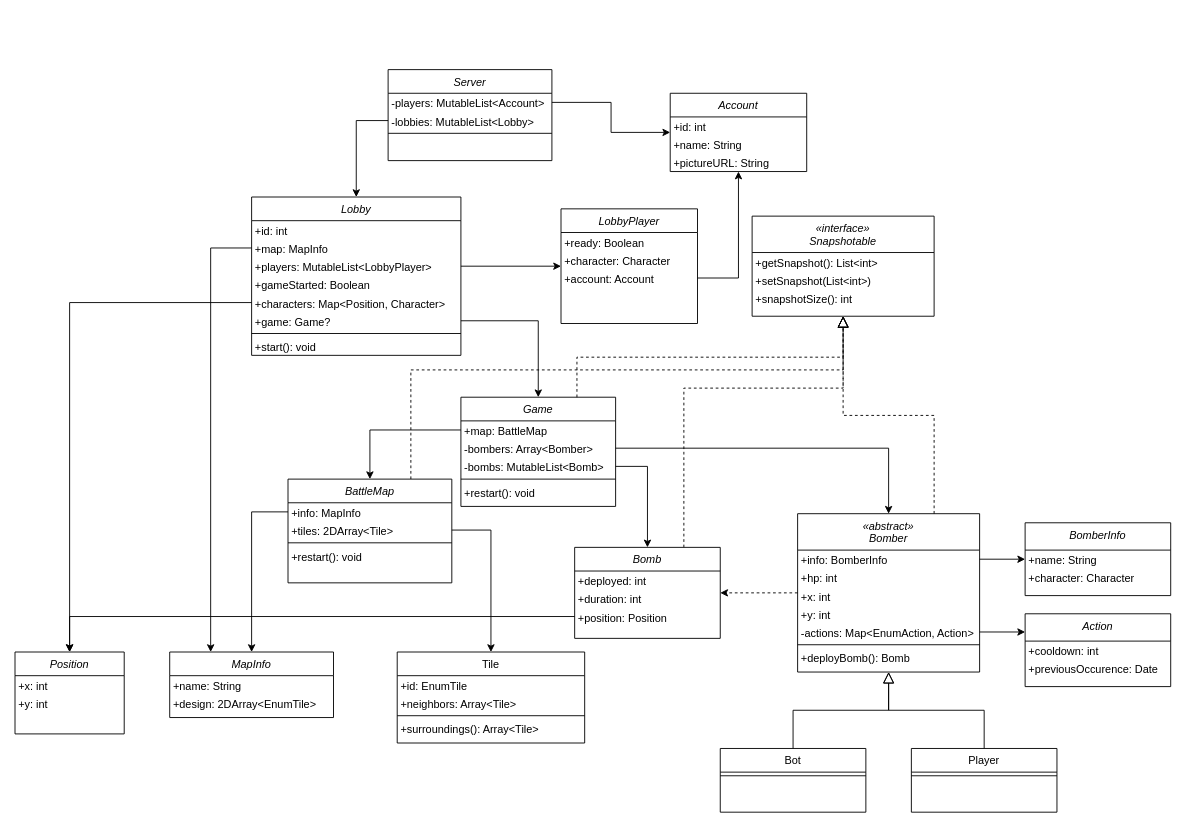
The draw.io diagram docs/GoGo.drawio in Darderion/GoGo, before the edit. Source tidied: cells renumbered, new cells numbered last; positions are measured from the earlier drawing's top-left corner, leaving out a move shared by most shapes. Both pictures are drawn from the tidied source at 91%, with x=0, y=0 at pixel (15, 69).
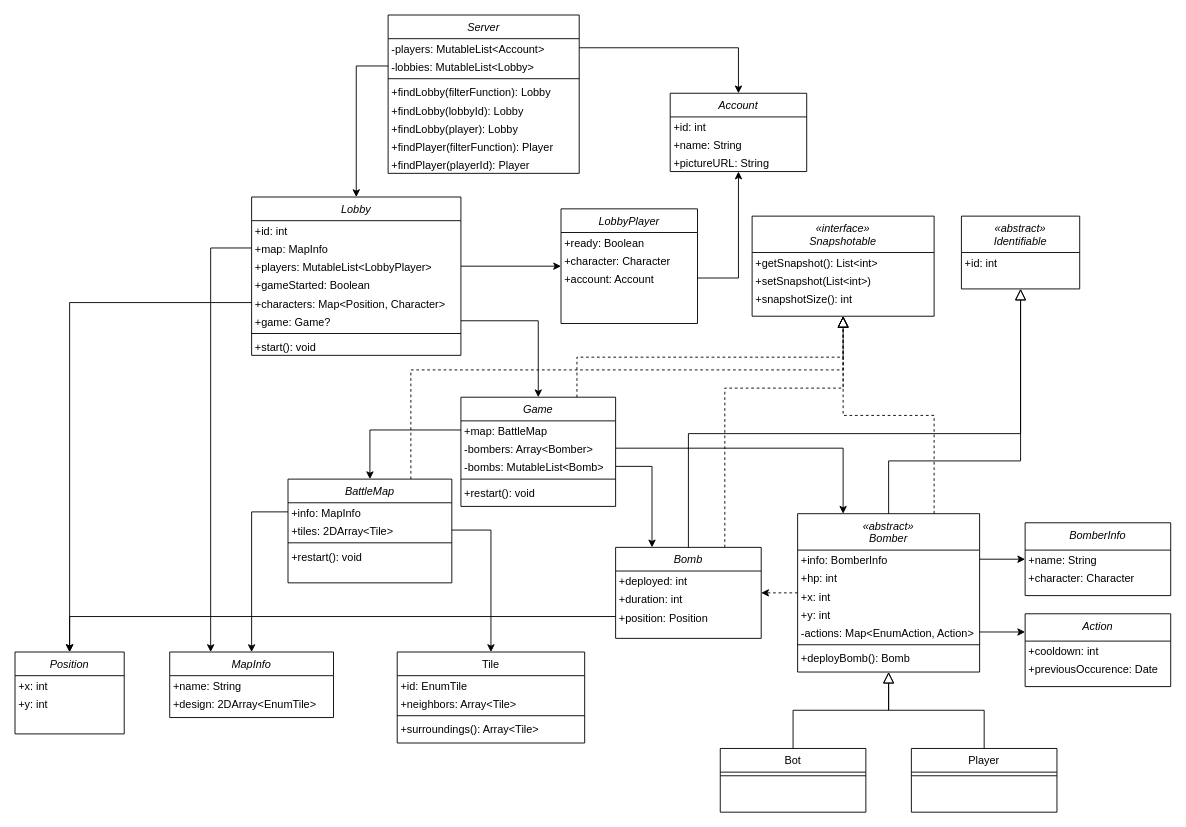
The same diagram, later.

Commit message (it also covers changes not shown here):
Changed Identifiable from interface to abstract class

Unchanged cells that the change refers to:
```xml
<mxCell id="4" value="-bombers: Array&lt;Bomber&gt;" style="text;align=left;verticalAlign=top;spacingLeft=4;spacingRight=4;overflow=hidden;points=[[0,0.5],[1,0.5]];portConstraint=eastwest;spacing=0;" parent="2" vertex="1">
  <mxGeometry y="46" width="170" height="20" as="geometry" />
</mxCell>
<mxCell id="5" value="-bombs: MutableList&lt;Bomb&gt;" style="text;align=left;verticalAlign=top;spacingLeft=4;spacingRight=4;overflow=hidden;points=[[0,0.5],[1,0.5]];portConstraint=eastwest;spacing=0;" parent="2" vertex="1">
  <mxGeometry y="66" width="170" height="20" as="geometry" />
</mxCell>
<mxCell id="9" value="«abstract»&#10;Bomber" style="swimlane;fontStyle=2;align=center;verticalAlign=top;horizontal=1;startSize=40;rounded=0;shadow=0;strokeWidth=1;" parent="1" vertex="1">
  <mxGeometry x="860" y="488" width="200" height="174" as="geometry" />
</mxCell>
```

What changed in the source:
```diff
@@
-    <mxCell id="24" style="edgeStyle=orthogonalEdgeStyle;rounded=0;jettySize=auto;html=1;entryX=0.5;entryY=0;entryDx=0;entryDy=0;" parent="1" edge="1" source="4" target="9">
+    <mxCell id="24" style="edgeStyle=orthogonalEdgeStyle;rounded=0;jettySize=auto;html=1;entryX=0.25;entryY=0;entryDx=0;entryDy=0;" parent="1" edge="1" source="4" target="9">
       <mxGeometry relative="1" as="geometry" />
     </mxCell>
@@
-    <mxCell id="30" style="edgeStyle=orthogonalEdgeStyle;rounded=0;jettySize=auto;html=1;entryX=0.5;entryY=0;entryDx=0;entryDy=0;" parent="1" edge="1" source="5" target="72">
+    <mxCell id="30" style="edgeStyle=orthogonalEdgeStyle;rounded=0;jettySize=auto;html=1;entryX=0.25;entryY=0;entryDx=0;entryDy=0;" parent="1" edge="1" source="5" target="72">
       <mxGeometry relative="1" as="geometry" />
     </mxCell>
     <mxCell id="31" value="Server" style="swimlane;fontStyle=2;align=center;verticalAlign=top;horizontal=1;startSize=26;rounded=0;shadow=0;strokeWidth=1;" parent="1" vertex="1">
-      <mxGeometry x="410" width="180" height="100" as="geometry" />
+      <mxGeometry x="410" y="-60" width="210" height="174" as="geometry" />
     </mxCell>
     <mxCell id="32" value="-players: MutableList&lt;Account&gt;" style="text;align=left;verticalAlign=top;spacingLeft=4;spacingRight=4;overflow=hidden;points=[[0,0.5],[1,0.5]];portConstraint=eastwest;spacing=0;" parent="31" vertex="1">
-      <mxGeometry y="26" width="180" height="20" as="geometry" />
+      <mxGeometry y="26" width="210" height="20" as="geometry" />
     </mxCell>
     <mxCell id="33" value="-lobbies: MutableList&lt;Lobby&gt;" style="text;align=left;verticalAlign=top;spacingLeft=4;spacingRight=4;overflow=hidden;points=[[0,0.5],[1,0.5]];portConstraint=eastwest;spacing=0;" parent="31" vertex="1">
-      <mxGeometry y="46" width="180" height="20" as="geometry" />
+      <mxGeometry y="46" width="210" height="20" as="geometry" />
     </mxCell>
     <mxCell id="34" style="line;html=1;strokeWidth=1;align=left;verticalAlign=middle;spacingTop=-1;spacingLeft=3;spacingRight=3;labelPosition=right;" parent="31" vertex="1">
-      <mxGeometry y="66" width="180" height="8" as="geometry" />
+      <mxGeometry y="66" width="210" height="8" as="geometry" />
     </mxCell>
+    <mxCell id="93" value="+findLobby(filterFunction): Lobby" style="text;align=left;verticalAlign=top;spacingLeft=4;spacingRight=4;overflow=hidden;spacing=0;" parent="31" vertex="1">
+      <mxGeometry y="74" width="210" height="20" as="geometry" />
+    </mxCell>
+    <mxCell id="94" value="+findLobby(lobbyId): Lobby" style="text;align=left;verticalAlign=top;spacingLeft=4;spacingRight=4;overflow=hidden;spacing=0;" parent="31" vertex="1">
+      <mxGeometry y="94" width="210" height="20" as="geometry" />
+    </mxCell>
+    <mxCell id="95" value="+findLobby(player): Lobby" style="text;align=left;verticalAlign=top;spacingLeft=4;spacingRight=4;overflow=hidden;spacing=0;" parent="31" vertex="1">
+      <mxGeometry y="114" width="210" height="20" as="geometry" />
+    </mxCell>
+    <mxCell id="96" value="+findPlayer(filterFunction): Player" style="text;align=left;verticalAlign=top;spacingLeft=4;spacingRight=4;overflow=hidden;spacing=0;" parent="31" vertex="1">
+      <mxGeometry y="134" width="210" height="20" as="geometry" />
+    </mxCell>
+    <mxCell id="97" value="+findPlayer(playerId): Player" style="text;align=left;verticalAlign=top;spacingLeft=4;spacingRight=4;overflow=hidden;spacing=0;" parent="31" vertex="1">
+      <mxGeometry y="154" width="210" height="20" as="geometry" />
+    </mxCell>
@@
     <mxCell id="72" value="Bomb" style="swimlane;fontStyle=2;align=center;verticalAlign=top;horizontal=1;startSize=26;rounded=0;shadow=0;strokeWidth=1;" parent="1" vertex="1">
-      <mxGeometry x="615" y="525" width="160" height="100" as="geometry" />
+      <mxGeometry x="660" y="525" width="160" height="100" as="geometry" />
     </mxCell>
@@
+    <mxCell id="98" value="«abstract»&#10;Identifiable" style="swimlane;fontStyle=2;align=center;verticalAlign=top;horizontal=1;startSize=40;rounded=0;shadow=0;strokeWidth=1;" parent="1" vertex="1">
+      <mxGeometry x="1040" y="161" width="130" height="80" as="geometry" />
+    </mxCell>
+    <mxCell id="99" value="+id: int" style="text;align=left;verticalAlign=top;spacingLeft=4;spacingRight=4;overflow=hidden;spacing=0;" parent="98" vertex="1">
+      <mxGeometry y="40" width="130" height="20" as="geometry" />
+    </mxCell>
+    <mxCell id="100" style="endArrow=block;endSize=10;endFill=0;shadow=0;strokeWidth=1;rounded=0;edgeStyle=elbowEdgeStyle;elbow=vertical;exitX=0.5;exitY=0;exitDx=0;exitDy=0;" parent="1" edge="1" source="9" target="98">
+      <mxGeometry relative="1" as="geometry">
+        <Array as="points">
+          <mxPoint x="1105" y="430" />
+        </Array>
+      </mxGeometry>
+    </mxCell>
+    <mxCell id="101" style="endArrow=block;endSize=10;endFill=0;shadow=0;strokeWidth=1;rounded=0;edgeStyle=elbowEdgeStyle;elbow=vertical;exitX=0.5;exitY=0;exitDx=0;exitDy=0;" parent="1" edge="1" source="72" target="98">
+      <mxGeometry relative="1" as="geometry">
+        <Array as="points">
+          <mxPoint x="930" y="400" />
+        </Array>
+      </mxGeometry>
+    </mxCell>
```
